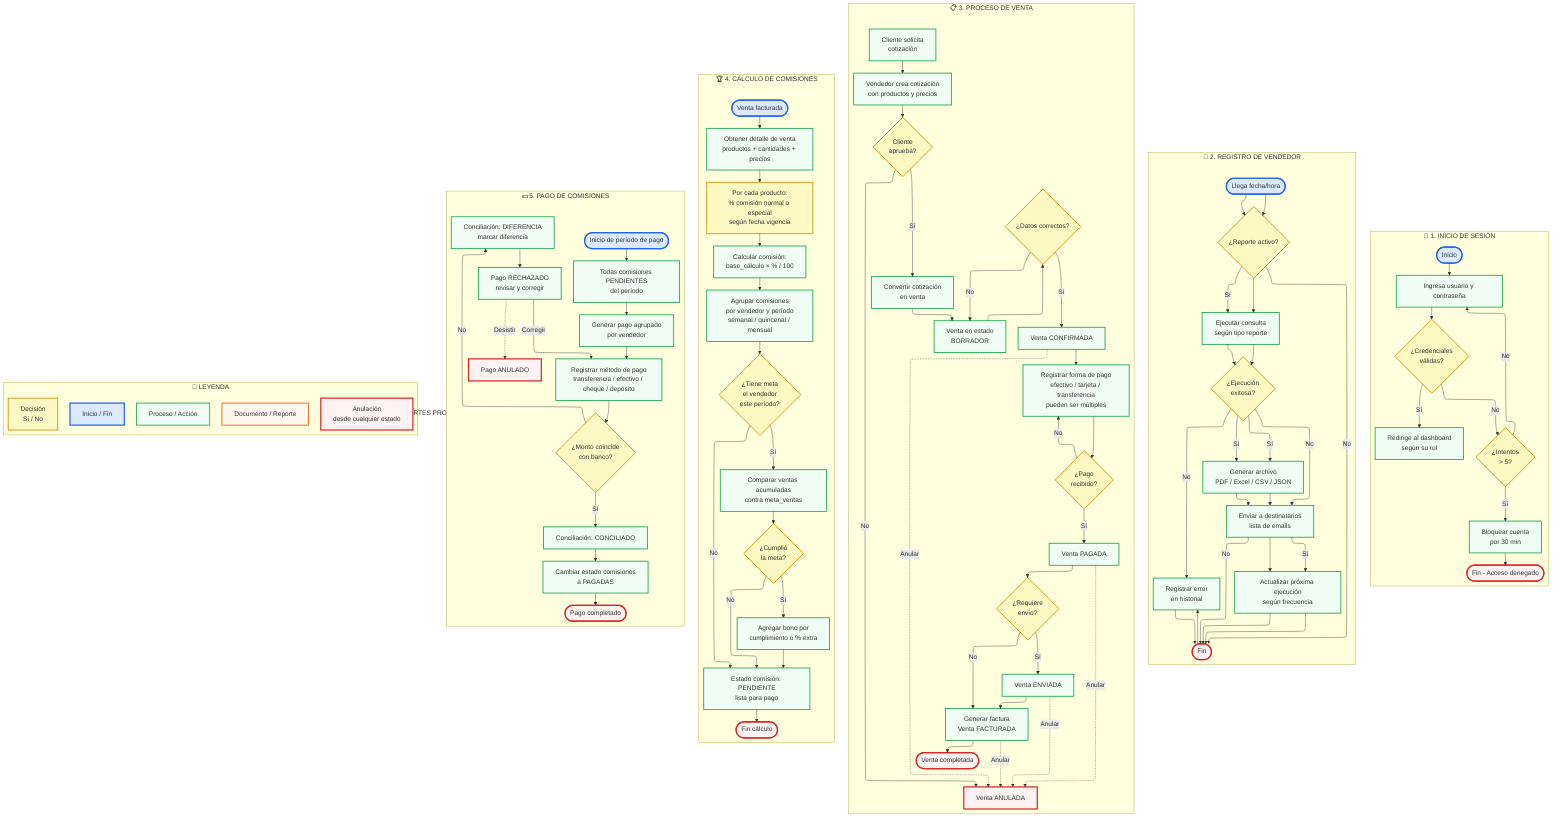
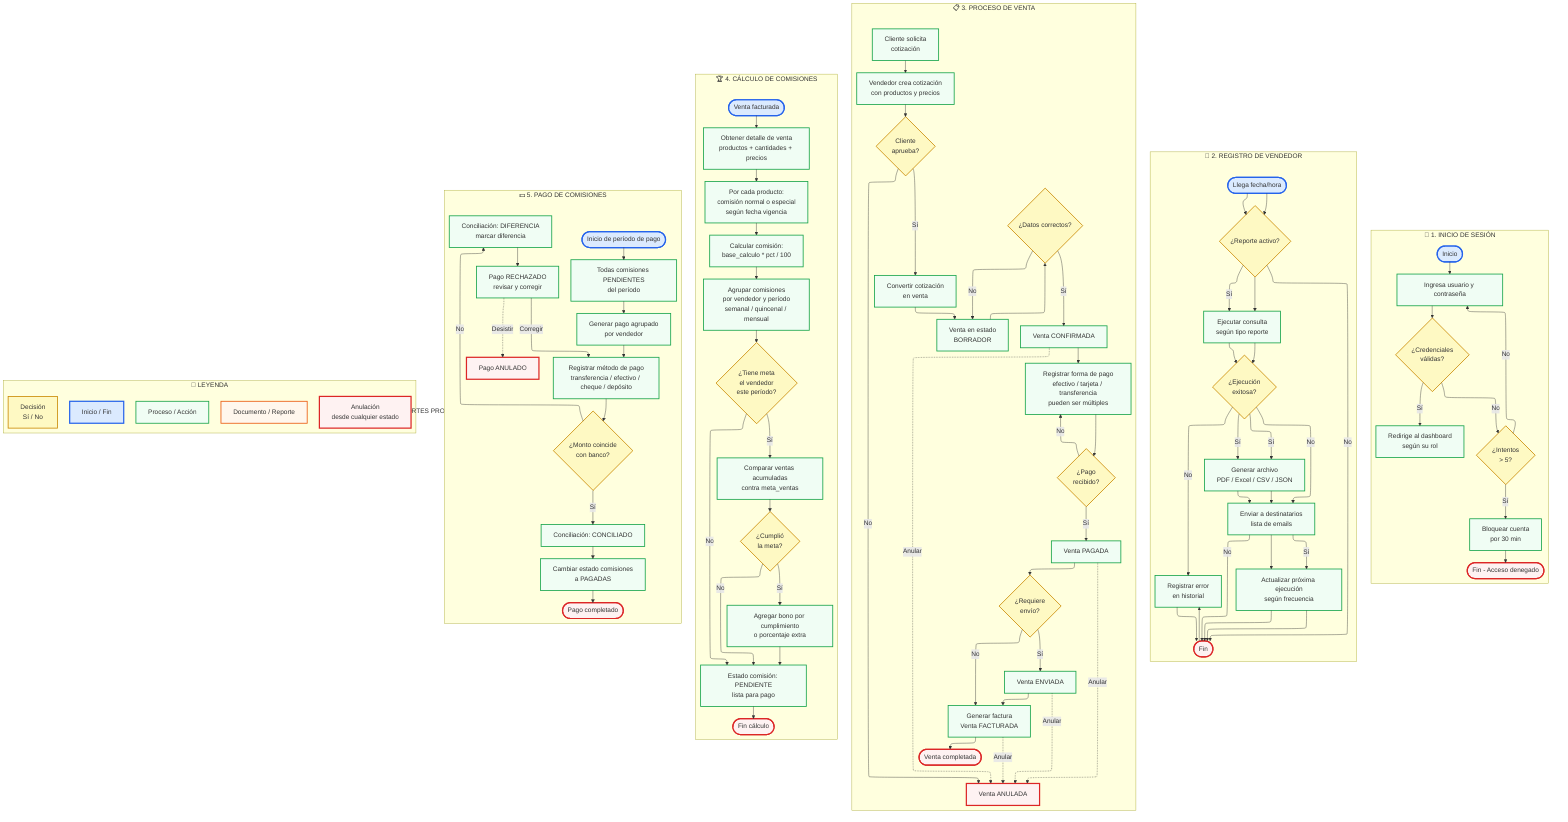
---
config:
  layout: elk
---
flowchart TB
  %% ── ESTILOS ──
  classDef inicio fill:#dbeafe,stroke:#2563eb,stroke-width:3px
  classDef proceso fill:#f0fdf4,stroke:#16a34a,stroke-width:2px
  classDef decision fill:#fef9c3,stroke:#ca8a04,stroke-width:2px
  classDef sub fill:#f5f3ff,stroke:#7c3aed,stroke-width:2px
  classDef fin fill:#fef2f2,stroke:#dc2626,stroke-width:3px
  classDef doc fill:#fff7ed,stroke:#ea580c,stroke-width:2px

  %% ════════════════════════════════════════════════
  %% FLUJO PRINCIPAL: AUTENTICACIÓN
  %% ════════════════════════════════════════════════
  subgraph AUTH[🔐 1. INICIO DE SESIÓN]
    A1([Inicio]):::inicio
    A2[Ingresa usuario y contraseña]:::proceso
    A3{¿Credenciales<br/>válidas?}:::decision
    A4[Redirige al dashboard<br/>según su rol]:::proceso
    A5{¿Intentos<br/>> 5?}:::decision
    A6[Bloquear cuenta<br/>por 30 min]:::proceso
    A7([Fin - Acceso denegado]):::fin

    A1 --> A2 --> A3
    A3 -->|Sí| A4
    A3 -->|No| A5
    A5 -->|Sí| A6 --> A7
    A5 -->|No| A2
  end

  %% ════════════════════════════════════════════════
  %% FLUJO: GESTIÓN DE VENDEDORES
  %% ════════════════════════════════════════════════
  subgraph REG[👤 2. REGISTRO DE VENDEDOR]
    R1[Ingresa datos personales<br/>nombre, identificación, teléfono]:::proceso
-     R2[Ingresa datos laborales<br/>fecha contratación, tipo contrato,<br/>salario base, % comisión global]:::proceso
+     R2[Ingresa datos laborales<br/>fecha contratación, tipo contrato,<br/>salario base, comisión global]:::proceso
    R3[Ingresa datos bancarios<br/>banco, tipo cuenta, número]:::proceso
    R4{¿Tiene supervisor?}:::decision
    R5[Asignar supervisor]:::proceso
    R6{¿Tiene zona?}:::decision
    R7[Asignar zona de trabajo]:::proceso
    R8[Contactos de emergencia<br/>mínimo 1 requerido]:::proceso
    R9([Vendedor activo]):::fin

    R1 --> R2 --> R3 --> R4
    R4 -->|Sí| R5 --> R6
    R4 -->|No| R6
    R6 -->|Sí| R7 --> R8
    R6 -->|No| R8
    R8 --> R9
  end

  %% ════════════════════════════════════════════════
  %% FLUJO: COTIZACIÓN → VENTA
  %% ════════════════════════════════════════════════
  subgraph CV[📋 3. PROCESO DE VENTA]
    C1[Cliente solicita<br/>cotización]:::proceso
    C2[Vendedor crea cotización<br/>con productos y precios]:::proceso
    C3{Cliente<br/>aprueba?}:::decision
    C4[Convertir cotización<br/>en venta]:::proceso
    C5[Venta en estado<br/>BORRADOR]:::proceso
    C6{¿Datos correctos?}:::decision
    C7[Venta CONFIRMADA]:::proceso
    C8[Registrar forma de pago<br/>efectivo / tarjeta / transferencia<br/>pueden ser múltiples]:::proceso
    C9{¿Pago<br/>recibido?}:::decision
    C10[Venta PAGADA]:::proceso
    C11{¿Requiere<br/>envío?}:::decision
    C12[Venta ENVIADA]:::proceso
    C13[Generar factura<br/>Venta FACTURADA]:::proceso
    C14([Venta completada]):::fin
    C15[Venta ANULADA]:::fin

    C1 --> C2 --> C3
    C3 -->|Sí| C4 --> C5
    C3 -->|No| C15
    C5 --> C6
    C6 -->|Sí| C7
    C6 -->|No| C5
    C7 --> C8 --> C9
    C9 -->|Sí| C10
    C9 -->|No| C8
    C10 --> C11
    C11 -->|Sí| C12 --> C13
    C11 -->|No| C13
    C13 --> C14
    C7 -.->|Anular| C15
    C10 -.->|Anular| C15
    C12 -.->|Anular| C15
    C13 -.->|Anular| C15
  end

  %% ════════════════════════════════════════════════
  %% FLUJO: CÁLCULO DE COMISIONES
  %% ════════════════════════════════════════════════
  subgraph COM[🏆 4. CÁLCULO DE COMISIONES]
    H1([Venta facturada]):::inicio
    H2[Obtener detalle de venta<br/>productos + cantidades + precios]:::proceso
-     H3[Por cada producto:<br/>% comisión normal o especial<br/>según fecha vigencia]:::decision
-     H4[Calcular comisión:<br/>base_cálculo × % / 100]:::proceso
+     H3[Por cada producto:<br/>comisión normal o especial<br/>según fecha vigencia]:::proceso
+     H4[Calcular comisión:<br/>base_calculo * pct / 100]:::proceso
    H5[Agrupar comisiones<br/>por vendedor y período<br/>semanal / quincenal / mensual]:::proceso
    H6{¿Tiene meta<br/>el vendedor<br/>este período?}:::decision
    H7[Comparar ventas acumuladas<br/>contra meta_ventas]:::proceso
    H8{¿Cumplió<br/>la meta?}:::decision
-     H9[Agregar bono por<br/>cumplimiento o % extra]:::proceso
+     H9[Agregar bono por cumplimiento<br/>o porcentaje extra]:::proceso
    H10[Estado comisión: PENDIENTE<br/>lista para pago]:::proceso
    H11([Fin cálculo]):::fin

    H1 --> H2 --> H3 --> H4 --> H5 --> H6
    H6 -->|Sí| H7 --> H8
    H8 -->|Sí| H9 --> H10
    H8 -->|No| H10
    H6 -->|No| H10 --> H11
  end

  %% ════════════════════════════════════════════════
  %% FLUJO: PAGO A VENDEDORES
  %% ════════════════════════════════════════════════
  subgraph PAG[💵 5. PAGO DE COMISIONES]
    P1([Inicio de período de pago]):::inicio
    P2[Todas comisiones PENDIENTES<br/>del período]:::proceso
    P3[Generar pago agrupado<br/>por vendedor]:::proceso
    P4[Registrar método de pago<br/>transferencia / efectivo / cheque / depósito]:::proceso
    P5{¿Monto coincide<br/>con banco?}:::decision
    P6[Conciliación: CONCILIADO]:::proceso
    P7[Cambiar estado comisiones<br/>a PAGADAS]:::proceso
    P8([Pago completado]):::fin
    P9[Conciliación: DIFERENCIA<br/>marcar diferencia]:::proceso
    P10[Pago RECHAZADO<br/>revisar y corregir]:::proceso
    P12[Pago ANULADO]:::fin

    P1 --> P2 --> P3 --> P4 --> P5
    P5 -->|Sí| P6 --> P7 --> P8
    P5 -->|No| P9 --> P10
    P10 -->|Corregir| P4
    P10 -.->|Desistir| P12
  end

  %% ════════════════════════════════════════════════
  %% FLUJO: GENERACIÓN DE REPORTES
  %% ════════════════════════════════════════════════
  subgraph REP[📊 6. REPORTES PROGRAMADOS]
    R1([Llega fecha/hora]):::inicio
    R2{¿Reporte activo?}:::decision
    R3[Ejecutar consulta<br/>según tipo reporte]:::proceso
    R4{¿Ejecución<br/>exitosa?}:::decision
    R5[Generar archivo<br/>PDF / Excel / CSV / JSON]:::proceso
    R6[Enviar a destinatarios<br/>lista de emails]:::proceso
    R7[Actualizar próxima ejecución<br/>según frecuencia]:::proceso
    R8([Fin]):::fin
    R9[Registrar error<br/>en historial]:::proceso

    R1 --> R2
    R2 -->|Sí| R3 --> R4
    R2 -->|No| R8
    R4 -->|Sí| R5 --> R6 --> R7 --> R8
    R4 -->|No| R9 --> R8
  end

  %% ════════════════════════════════════════════════
  %% LEYENDA
  %% ════════════════════════════════════════════════
  subgraph LEY[📖 LEYENDA]
    L1[Inicio / Fin]:::inicio
    L2[Proceso / Acción]:::proceso
    L3[Decisión<br/>Sí / No]:::decision
    L4[Documento / Reporte]:::doc
    L5[Anulación<br/>desde cualquier estado]:::fin
  end
